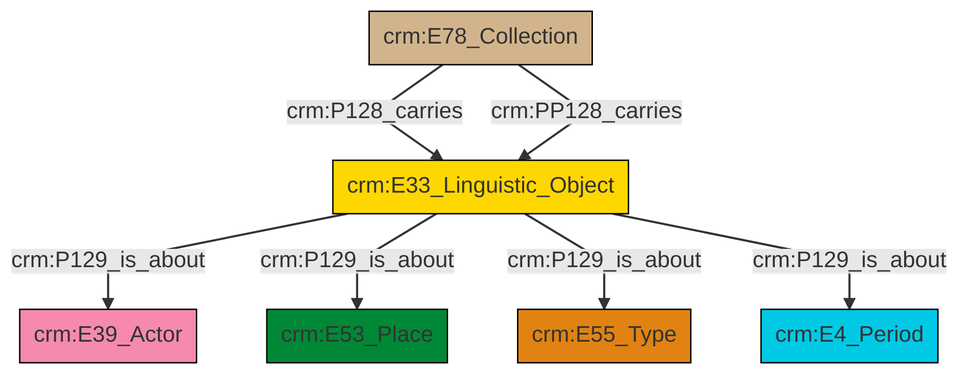
The Mermaid diagram et/archivalCSV/ttl/mmd/png/archival_aboutness.png in swiss-art-research-net/docs.swissartresearch, before a commit. Its source is kept beside it as et/archivalCSV/ttl/mmd/archival_aboutness.ttl.mmd.
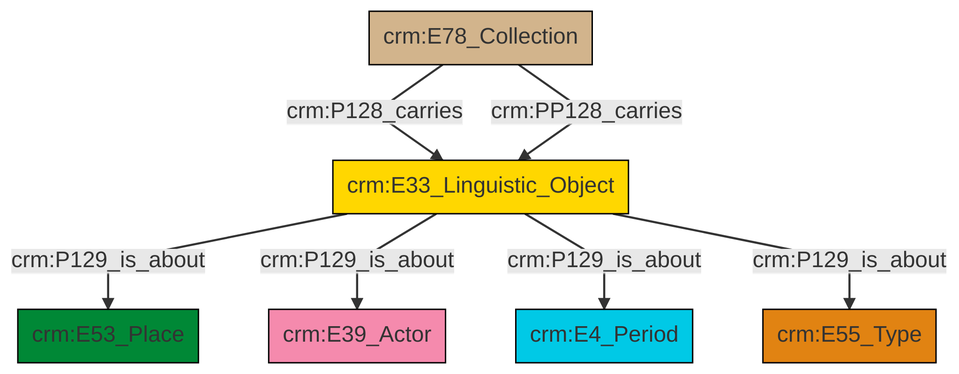
Above is the later version.

Change to the diagram source:
```diff
@@ -13,9 +13,9 @@
 classDef PC_Classes fill:#4ce600, stroke:#000000;
 classDef Multi fill:#cccccc,stroke:#000000;
 
-0["crm:E33_Linguistic_Object"]:::Conceptual_Object -->|crm:P129_is_about| 1["crm:E39_Actor"]:::Actor
-4["crm:E78_Collection"]:::Physical_Thing -->|crm:P128_carries| 0["crm:E33_Linguistic_Object"]:::Conceptual_Object
-0["crm:E33_Linguistic_Object"]:::Conceptual_Object -->|crm:P129_is_about| 2["crm:E53_Place"]:::Place
-0["crm:E33_Linguistic_Object"]:::Conceptual_Object -->|crm:P129_is_about| 8["crm:E55_Type"]:::Type
-0["crm:E33_Linguistic_Object"]:::Conceptual_Object -->|crm:P129_is_about| 5["crm:E4_Period"]:::Temporal_Entity
-4["crm:E78_Collection"]:::Physical_Thing -->|crm:PP128_carries| 0["crm:E33_Linguistic_Object"]:::Conceptual_Object
+2["crm:E33_Linguistic_Object"]:::Conceptual_Object -->|crm:P129_is_about| 3["crm:E53_Place"]:::Place
+2["crm:E33_Linguistic_Object"]:::Conceptual_Object -->|crm:P129_is_about| 4["crm:E39_Actor"]:::Actor
+9["crm:E78_Collection"]:::Physical_Thing -->|crm:P128_carries| 2["crm:E33_Linguistic_Object"]:::Conceptual_Object
+9["crm:E78_Collection"]:::Physical_Thing -->|crm:PP128_carries| 2["crm:E33_Linguistic_Object"]:::Conceptual_Object
+2["crm:E33_Linguistic_Object"]:::Conceptual_Object -->|crm:P129_is_about| 7["crm:E4_Period"]:::Temporal_Entity
+2["crm:E33_Linguistic_Object"]:::Conceptual_Object -->|crm:P129_is_about| 0["crm:E55_Type"]:::Type
```
